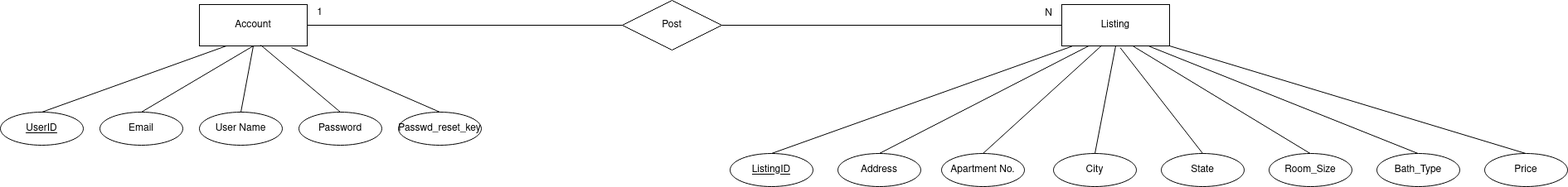
This is docs/database/database_ERD.png from JackValladares/ApartmentApplication, a draw.io export, as it was before one commit. Source tidied: cells renumbered, new cells last; positions are measured from the earlier drawing's top-left corner, leaving out a move shared by most shapes.
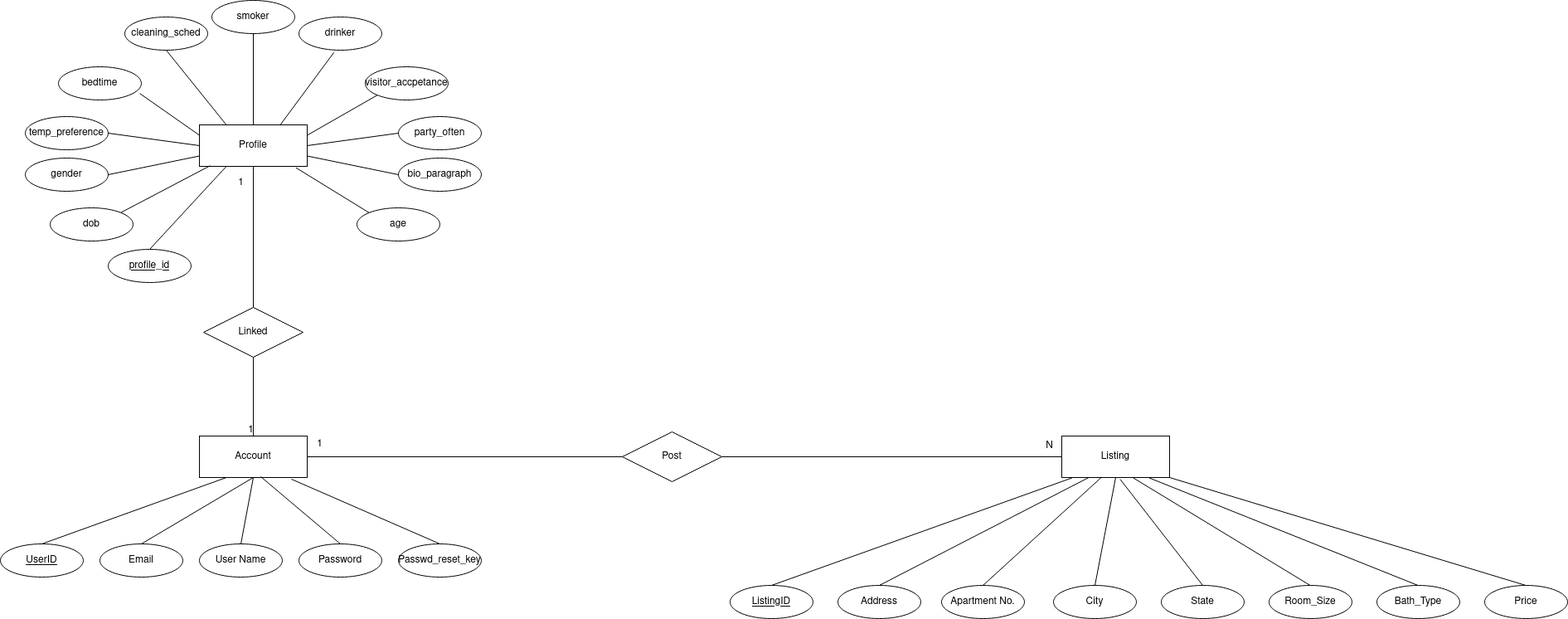
The same file after the commit.

Commit message:
Added Profile to ERD

Diff of the diagram source:
```diff
@@ -113,5 +113,97 @@
     <mxCell id="34" value="&lt;div&gt;Passwd_reset_key&lt;/div&gt;" style="ellipse;whiteSpace=wrap;html=1;align=center;" parent="1" vertex="1">
       <mxGeometry x="480" y="135" width="100" height="40" as="geometry" />
     </mxCell>
+    <mxCell id="35" value="Profile" style="whiteSpace=wrap;html=1;align=center;" parent="1" vertex="1">
+      <mxGeometry x="240" y="-370" width="130" height="50" as="geometry" />
+    </mxCell>
+    <mxCell id="36" style="endArrow=none;html=1;exitX=1;exitY=0;exitDx=0;exitDy=0;entryX=0.099;entryY=0.985;entryDx=0;entryDy=0;entryPerimeter=0;" parent="1" edge="1" target="35">
+      <mxGeometry relative="1" as="geometry">
+        <mxPoint x="145.1" y="-264.2" as="sourcePoint" />
+      </mxGeometry>
+    </mxCell>
+    <mxCell id="37" value="gender" style="ellipse;whiteSpace=wrap;html=1;align=center;" parent="1" vertex="1">
+      <mxGeometry x="30" y="-330" width="100" height="40" as="geometry" />
+    </mxCell>
+    <mxCell id="38" style="endArrow=none;html=1;exitX=1;exitY=0.5;exitDx=0;exitDy=0;entryX=0;entryY=0.75;entryDx=0;entryDy=0;" parent="1" edge="1" source="37" target="35">
+      <mxGeometry relative="1" as="geometry" />
+    </mxCell>
+    <mxCell id="39" value="temp_preference" style="ellipse;whiteSpace=wrap;html=1;align=center;" parent="1" vertex="1">
+      <mxGeometry x="30" y="-380" width="100" height="40" as="geometry" />
+    </mxCell>
+    <mxCell id="40" value="bedtime" style="ellipse;whiteSpace=wrap;html=1;align=center;" parent="1" vertex="1">
+      <mxGeometry x="70" y="-440" width="100" height="40" as="geometry" />
+    </mxCell>
+    <mxCell id="41" value="cleaning_sched" style="ellipse;whiteSpace=wrap;html=1;align=center;" parent="1" vertex="1">
+      <mxGeometry x="150" y="-500" width="100" height="40" as="geometry" />
+    </mxCell>
+    <mxCell id="42" value="smoker" style="ellipse;whiteSpace=wrap;html=1;align=center;" parent="1" vertex="1">
+      <mxGeometry x="255" y="-520" width="100" height="40" as="geometry" />
+    </mxCell>
+    <mxCell id="43" value="visitor_accpetance" style="ellipse;whiteSpace=wrap;html=1;align=center;" parent="1" vertex="1">
+      <mxGeometry x="440" y="-440" width="100" height="40" as="geometry" />
+    </mxCell>
+    <mxCell id="44" value="party_often" style="ellipse;whiteSpace=wrap;html=1;align=center;" parent="1" vertex="1">
+      <mxGeometry x="480" y="-380" width="100" height="40" as="geometry" />
+    </mxCell>
+    <mxCell id="45" value="bio_paragraph" style="ellipse;whiteSpace=wrap;html=1;align=center;" parent="1" vertex="1">
+      <mxGeometry x="480" y="-330" width="100" height="40" as="geometry" />
+    </mxCell>
+    <mxCell id="46" value="age" style="ellipse;whiteSpace=wrap;html=1;align=center;" parent="1" vertex="1">
+      <mxGeometry x="430" y="-270" width="100" height="40" as="geometry" />
+    </mxCell>
+    <mxCell id="47" value="drinker" style="ellipse;whiteSpace=wrap;html=1;align=center;" parent="1" vertex="1">
+      <mxGeometry x="360" y="-500" width="100" height="40" as="geometry" />
+    </mxCell>
+    <mxCell id="48" style="endArrow=none;html=1;exitX=1;exitY=0.5;exitDx=0;exitDy=0;entryX=0;entryY=0.5;entryDx=0;entryDy=0;" parent="1" edge="1" source="39" target="35">
+      <mxGeometry relative="1" as="geometry" />
+    </mxCell>
+    <mxCell id="49" style="endArrow=none;html=1;exitX=0.981;exitY=0.804;exitDx=0;exitDy=0;entryX=0;entryY=0.25;entryDx=0;entryDy=0;exitPerimeter=0;" parent="1" edge="1" source="40" target="35">
+      <mxGeometry relative="1" as="geometry" />
+    </mxCell>
+    <mxCell id="50" style="endArrow=none;html=1;exitX=0.5;exitY=1;exitDx=0;exitDy=0;entryX=0.25;entryY=0;entryDx=0;entryDy=0;" parent="1" edge="1" source="41" target="35">
+      <mxGeometry relative="1" as="geometry" />
+    </mxCell>
+    <mxCell id="51" style="endArrow=none;html=1;entryX=0.5;entryY=1;entryDx=0;entryDy=0;exitX=0.5;exitY=0;exitDx=0;exitDy=0;" parent="1" edge="1" source="35" target="42">
+      <mxGeometry relative="1" as="geometry" />
+    </mxCell>
+    <mxCell id="52" style="endArrow=none;html=1;entryX=0.422;entryY=1.069;entryDx=0;entryDy=0;entryPerimeter=0;exitX=0.75;exitY=0;exitDx=0;exitDy=0;" parent="1" edge="1" source="35" target="47">
+      <mxGeometry relative="1" as="geometry" />
+    </mxCell>
+    <mxCell id="53" style="endArrow=none;html=1;entryX=0;entryY=1;entryDx=0;entryDy=0;exitX=1;exitY=0.25;exitDx=0;exitDy=0;" parent="1" edge="1" source="35" target="43">
+      <mxGeometry relative="1" as="geometry" />
+    </mxCell>
+    <mxCell id="54" style="endArrow=none;html=1;entryX=0;entryY=0.5;entryDx=0;entryDy=0;exitX=1;exitY=0.5;exitDx=0;exitDy=0;" parent="1" edge="1" source="35" target="44">
+      <mxGeometry relative="1" as="geometry" />
+    </mxCell>
+    <mxCell id="55" style="endArrow=none;html=1;entryX=0;entryY=0.5;entryDx=0;entryDy=0;exitX=1;exitY=0.75;exitDx=0;exitDy=0;" parent="1" edge="1" source="35" target="45">
+      <mxGeometry relative="1" as="geometry" />
+    </mxCell>
+    <mxCell id="56" style="endArrow=none;html=1;entryX=0;entryY=0;entryDx=0;entryDy=0;exitX=0.895;exitY=1.032;exitDx=0;exitDy=0;exitPerimeter=0;" parent="1" edge="1" source="35" target="46">
+      <mxGeometry relative="1" as="geometry" />
+    </mxCell>
+    <mxCell id="57" style="endArrow=none;html=1;entryX=0.25;entryY=1;entryDx=0;entryDy=0;exitX=0.5;exitY=0;exitDx=0;exitDy=0;" parent="1" edge="1" source="59" target="35">
+      <mxGeometry relative="1" as="geometry" />
+    </mxCell>
+    <mxCell id="58" value="dob" style="ellipse;whiteSpace=wrap;html=1;align=center;" parent="1" vertex="1">
+      <mxGeometry x="60" y="-270" width="100" height="40" as="geometry" />
+    </mxCell>
+    <mxCell id="59" value="&lt;div&gt;profile_id&lt;/div&gt;" style="ellipse;whiteSpace=wrap;html=1;align=center;fontStyle=4;" parent="1" vertex="1">
+      <mxGeometry x="130" y="-220" width="100" height="40" as="geometry" />
+    </mxCell>
+    <mxCell id="60" value="1" style="text;html=1;align=center;verticalAlign=middle;fillColor=none;strokeColor=none;rounded=0;" parent="1" vertex="1">
+      <mxGeometry x="280" y="-310" width="20" height="20" as="geometry" />
+    </mxCell>
+    <mxCell id="61" value="&lt;div&gt;Linked&lt;/div&gt;" style="shape=rhombus;perimeter=rhombusPerimeter;whiteSpace=wrap;html=1;align=center;rotation=0;" parent="1" vertex="1">
+      <mxGeometry x="245" y="-150" width="120" height="60" as="geometry" />
+    </mxCell>
+    <mxCell id="62" style="endArrow=none;html=1;entryX=0.5;entryY=1;entryDx=0;entryDy=0;exitX=0.5;exitY=0;exitDx=0;exitDy=0;" parent="1" edge="1" source="61" target="35">
+      <mxGeometry relative="1" as="geometry" />
+    </mxCell>
+    <mxCell id="63" style="endArrow=none;html=1;rounded=0;exitX=0.5;exitY=1;exitDx=0;exitDy=0;entryX=0.5;entryY=0;entryDx=0;entryDy=0;" parent="1" edge="1" source="61" target="2">
+      <mxGeometry relative="1" as="geometry" />
+    </mxCell>
+    <mxCell id="64" value="1" style="html=1;align=right;verticalAlign=bottom;" parent="63" vertex="1">
+      <mxGeometry x="1" relative="1" as="geometry" />
+    </mxCell>
   </root>
 </mxGraphModel>
```
